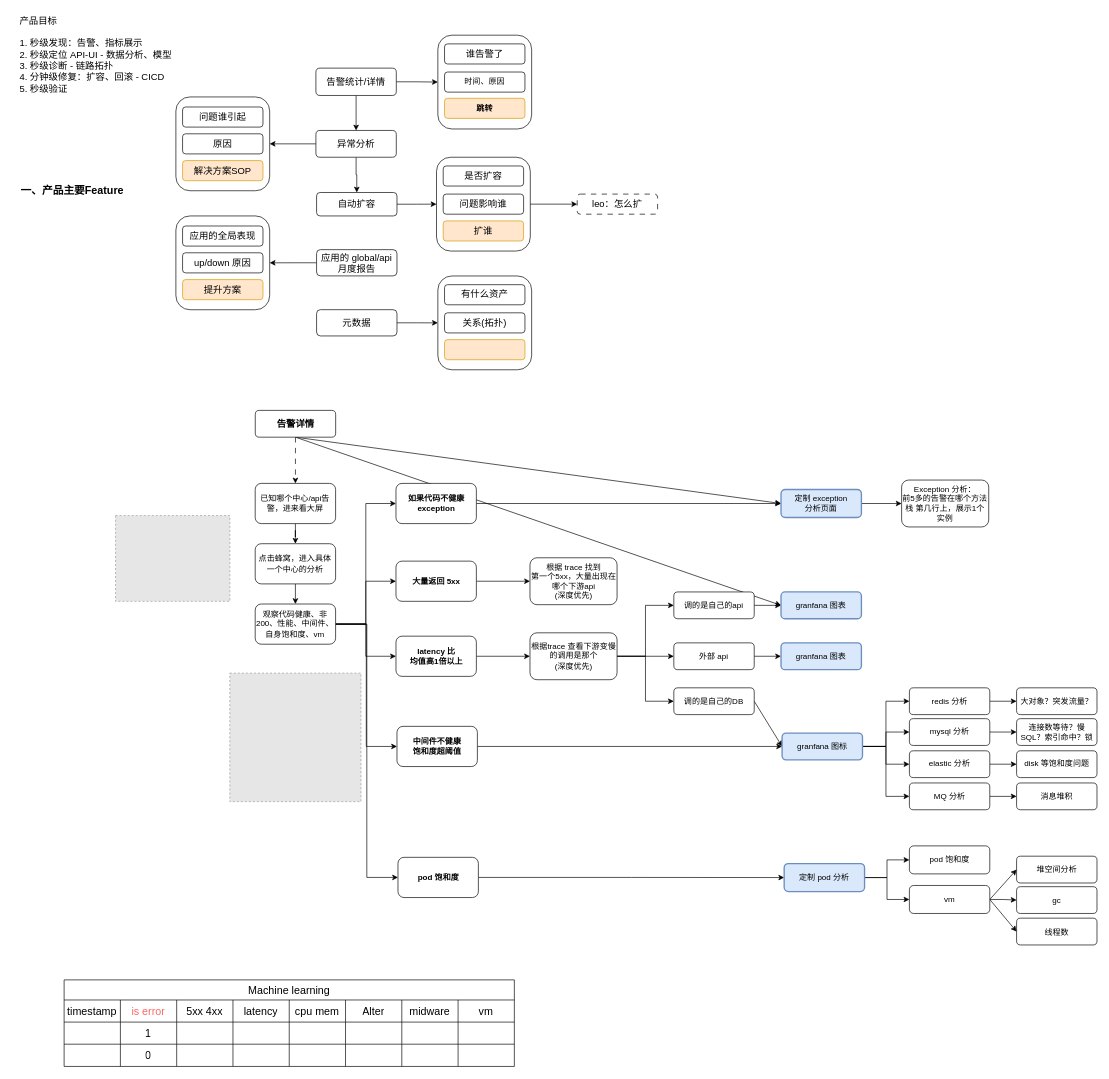
Before: page "feature 分析" (6 of 6) of 数据采集架构图.drawio in Allen9797/WorkZone, a draw.io diagram. Source tidied: cells renumbered, new cells numbered last; positions are measured from the earlier drawing's top-left corner, leaving out a move shared by most shapes. Both pictures are drawn from the tidied source at 67%, with x=0, y=0 at pixel (11, 11). Pictures stored in the file or linked from it are replaced by grey dashed boxes.
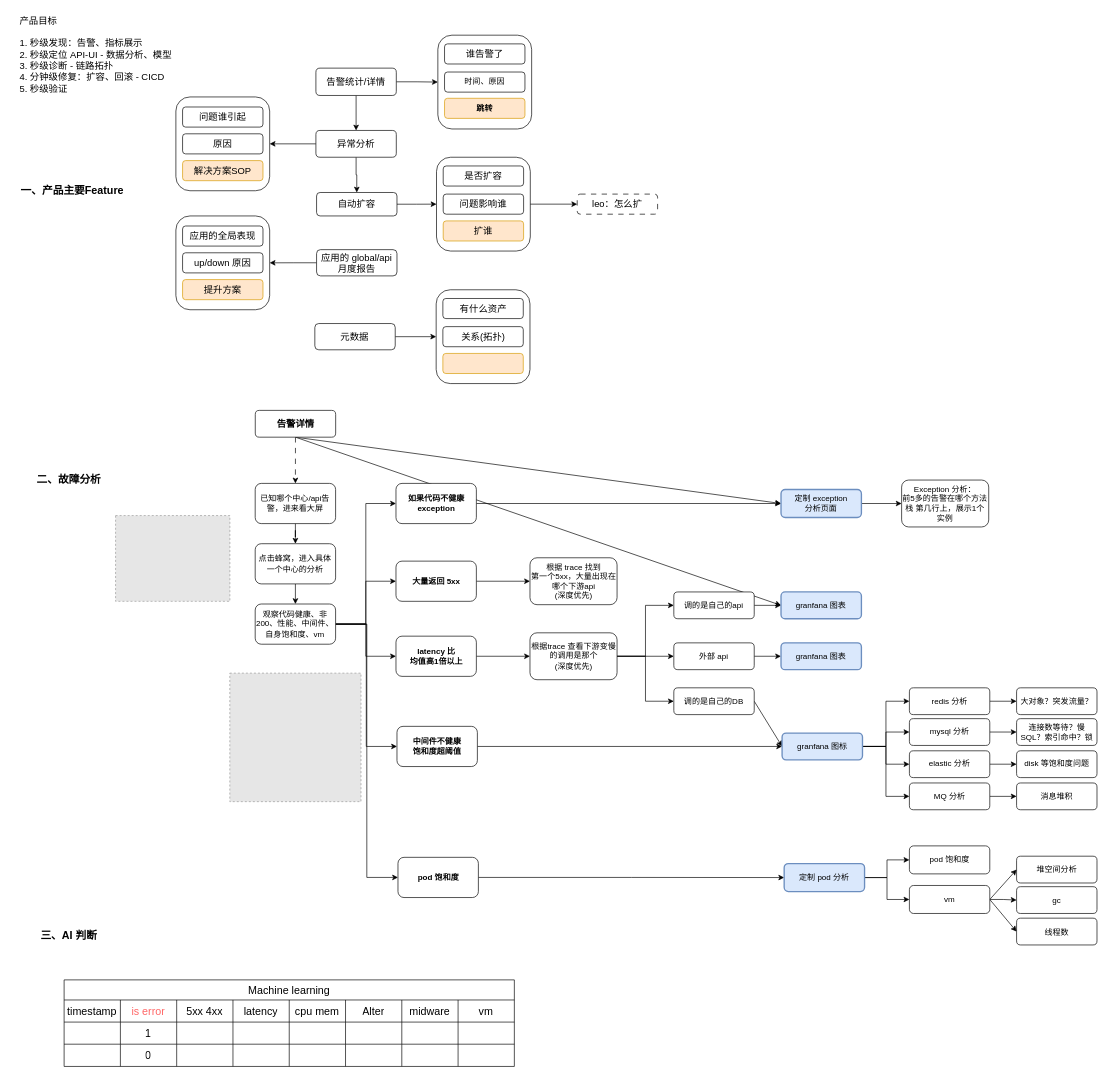
The same diagram, later.

Commit message:
更新数据采集架构图.drawio

Change to the diagram source:
```diff
@@
     <mxCell id="125" value="&lt;span style=&quot;font-size: 14px;&quot;&gt;元数据&lt;/span&gt;" style="rounded=1;whiteSpace=wrap;html=1;" parent="1" vertex="1">
-      <mxGeometry x="455" y="445.7" width="120" height="39.2" as="geometry" />
+      <mxGeometry x="452.4" y="466.4" width="120" height="39.2" as="geometry" />
     </mxCell>
     <mxCell id="126" style="rounded=1;whiteSpace=wrap;html=1;fillColor=none;" parent="1" vertex="1">
-      <mxGeometry x="636" y="395.4" width="140" height="140" as="geometry" />
+      <mxGeometry x="633.5" y="416" width="140" height="140" as="geometry" />
     </mxCell>
     <mxCell id="127" value="&lt;span style=&quot;font-size: 14px;&quot;&gt;关系(拓扑)&lt;br&gt;&lt;/span&gt;" style="rounded=1;whiteSpace=wrap;html=1;" parent="1" vertex="1">
-      <mxGeometry x="646" y="450.4" width="120" height="30" as="geometry" />
+      <mxGeometry x="643.5" y="471" width="120" height="30" as="geometry" />
     </mxCell>
     <mxCell id="128" value="&lt;span style=&quot;font-size: 14px;&quot;&gt;有什么资产&lt;br&gt;&lt;/span&gt;" style="rounded=1;whiteSpace=wrap;html=1;" parent="1" vertex="1">
-      <mxGeometry x="646" y="408.4" width="120" height="30" as="geometry" />
+      <mxGeometry x="643.5" y="429" width="120" height="30" as="geometry" />
     </mxCell>
     <mxCell id="129" value="&lt;span style=&quot;font-size: 14px;&quot;&gt;&lt;br&gt;&lt;/span&gt;" style="rounded=1;whiteSpace=wrap;html=1;fillColor=#ffe6cc;strokeColor=#d79b00;" parent="1" vertex="1">
-      <mxGeometry x="646" y="490.4" width="120" height="30" as="geometry" />
+      <mxGeometry x="643.5" y="511" width="120" height="30" as="geometry" />
     </mxCell>
@@
+    <mxCell id="136" value="二、故障分析" style="text;html=1;align=center;verticalAlign=middle;strokeColor=none;fillColor=none;fontSize=16;fontStyle=1;" parent="1" vertex="1">
+      <mxGeometry x="25" y="684.1" width="120" height="30" as="geometry" />
+    </mxCell>
+    <mxCell id="137" value="三、AI 判断" style="text;html=1;align=center;verticalAlign=middle;strokeColor=none;fillColor=none;fontSize=16;fontStyle=1;" parent="1" vertex="1">
+      <mxGeometry x="30" y="1363.9" width="110" height="30" as="geometry" />
+    </mxCell>
```
